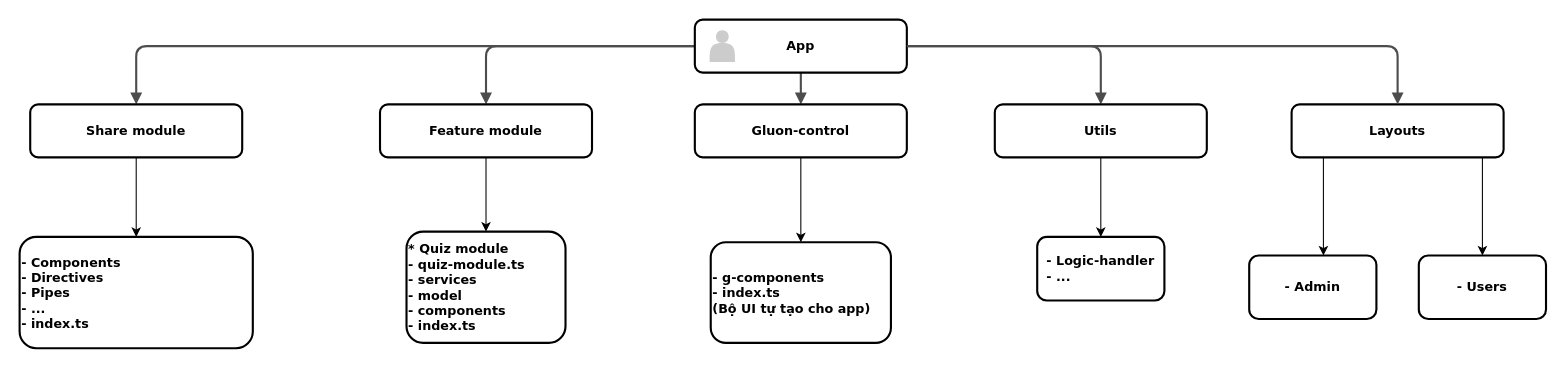
Above: Untitled Diagram.drawio in nguyenbinhanltv/blazor-todo-app (draw.io), before the change. Source tidied: cells renumbered, new cells numbered last; positions are measured from the earlier drawing's top-left corner, leaving out a move shared by most shapes. Both pictures are drawn from the tidied source at 106%, with x=0, y=0 at pixel (19, 19).
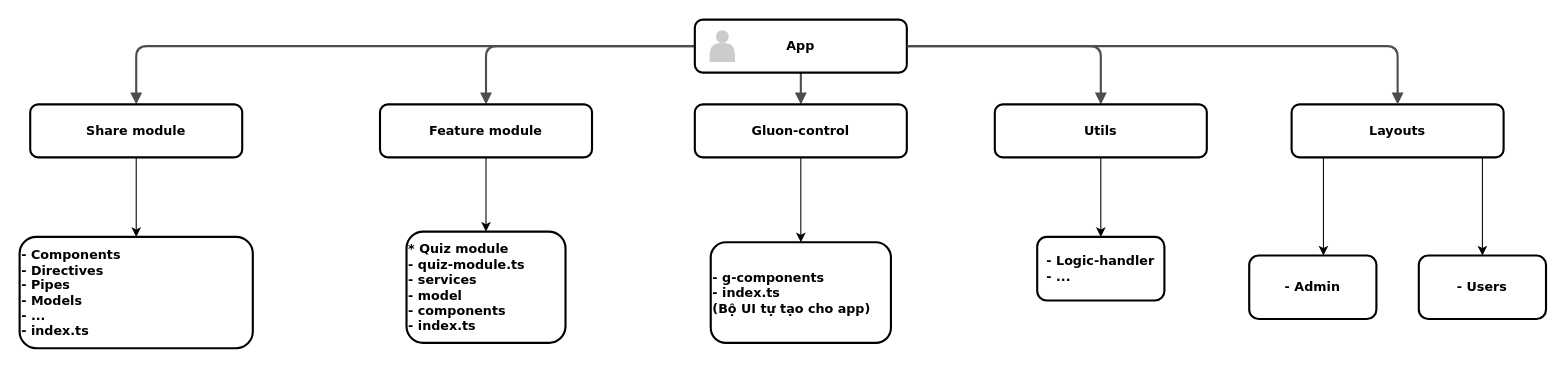
After the change.

Change to the diagram source:
```diff
@@
-    <mxCell id="16" value="- Components&lt;br&gt;- Directives&lt;br&gt;- Pipes&lt;br&gt;- ...&lt;br&gt;- index.ts&lt;br&gt;" style="whiteSpace=wrap;html=1;rounded=1;shadow=0;fontFamily=Verdana;fontStyle=1;strokeWidth=2;comic=0;align=left;" parent="1" vertex="1">
+    <mxCell id="16" value="- Components&lt;br&gt;- Directives&lt;br&gt;- Pipes&lt;br&gt;- Models&lt;br&gt;- ...&lt;br&gt;- index.ts" style="whiteSpace=wrap;html=1;rounded=1;shadow=0;fontFamily=Verdana;fontStyle=1;strokeWidth=2;comic=0;align=left;" parent="1" vertex="1">
       <mxGeometry y="205" width="220" height="105" as="geometry" />
     </mxCell>
```
